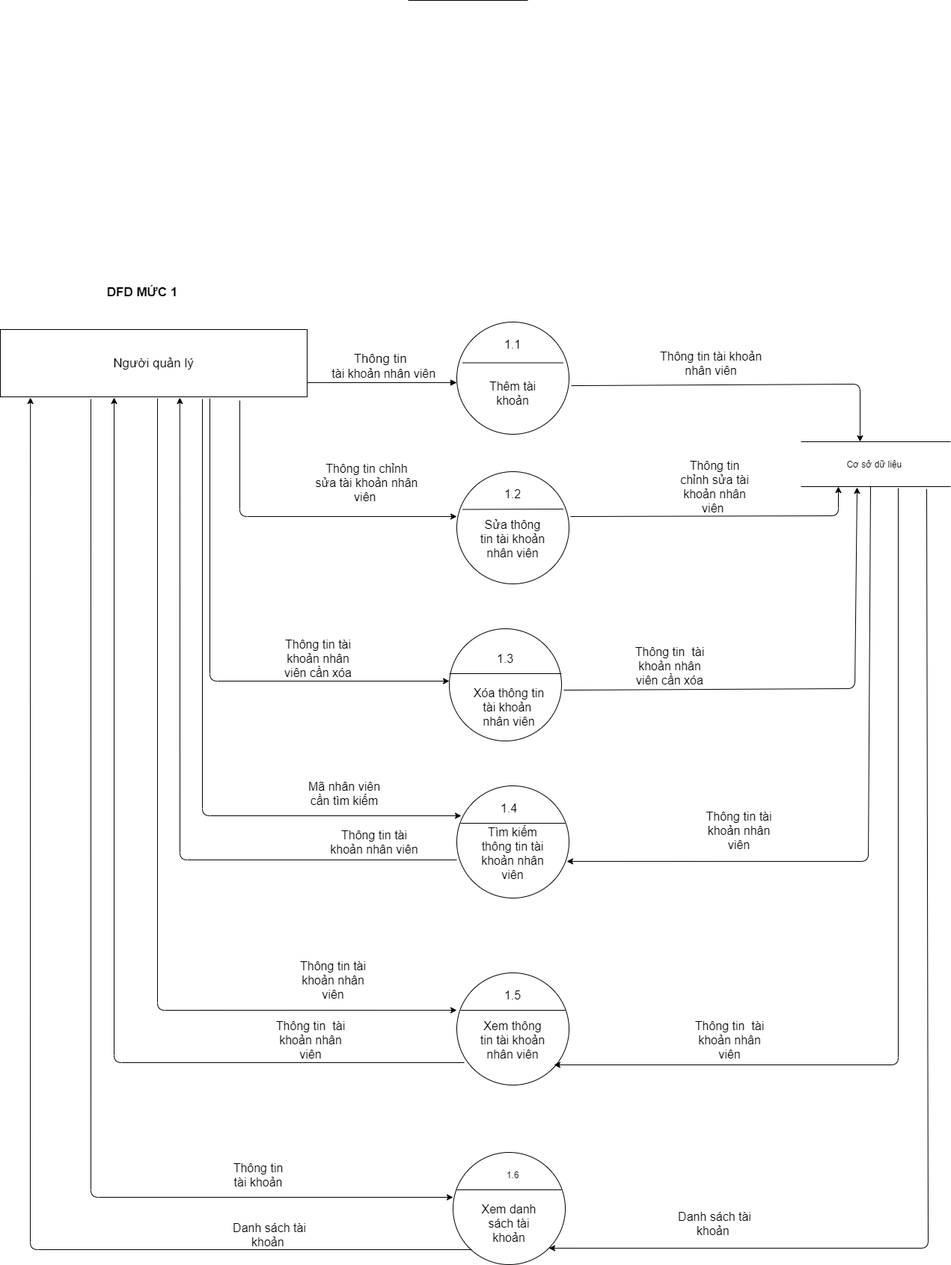
This is Phan_Tich_Thiet_Ke/DFD/QuanLyNhanVien/DFD_Muc1_QuanLyTaiKhoan.png from KNhaa/DoAnCNPM, a draw.io export, as it was before one commit. Source tidied: cells renumbered, new cells last; positions are measured from the earlier drawing's top-left corner, leaving out a move shared by most shapes.
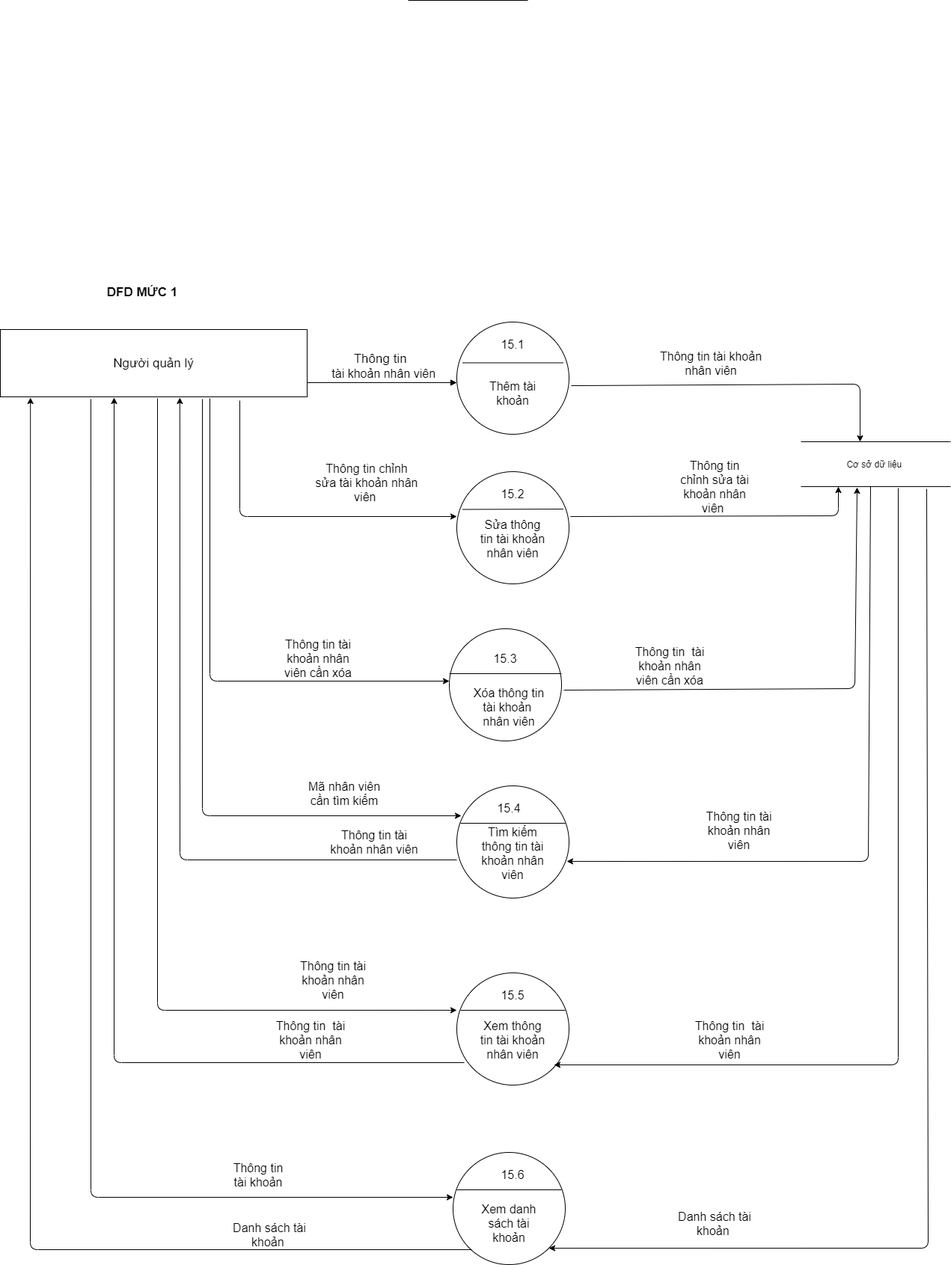
After the change.

Diff of the diagram source:
```diff
@@ -110,7 +110,7 @@
         <mxPoint x="752.5" y="484.5" as="targetPoint" />
       </mxGeometry>
     </mxCell>
-    <mxCell id="22" value="&lt;font style=&quot;font-size: 16px&quot;&gt;1.1&lt;/font&gt;" style="text;html=1;strokeColor=none;fillColor=none;align=center;verticalAlign=middle;whiteSpace=wrap;rounded=0;" parent="1" vertex="1">
+    <mxCell id="22" value="&lt;span style=&quot;font-size: 16px&quot;&gt;15.1&lt;/span&gt;" style="text;html=1;strokeColor=none;fillColor=none;align=center;verticalAlign=middle;whiteSpace=wrap;rounded=0;" parent="1" vertex="1">
       <mxGeometry x="665" y="450" width="40" height="20" as="geometry" />
     </mxCell>
     <mxCell id="23" value="&lt;font style=&quot;font-size: 16px&quot;&gt;Thêm tài khoản&lt;/font&gt;" style="text;html=1;strokeColor=none;fillColor=none;align=center;verticalAlign=middle;whiteSpace=wrap;rounded=0;" parent="1" vertex="1">
@@ -125,7 +125,7 @@
         <mxPoint x="752.5" y="680" as="targetPoint" />
       </mxGeometry>
     </mxCell>
-    <mxCell id="26" value="&lt;font style=&quot;font-size: 16px&quot;&gt;1.2&lt;/font&gt;" style="text;html=1;strokeColor=none;fillColor=none;align=center;verticalAlign=middle;whiteSpace=wrap;rounded=0;" parent="1" vertex="1">
+    <mxCell id="26" value="&lt;span style=&quot;font-size: 16px&quot;&gt;15.2&lt;/span&gt;" style="text;html=1;strokeColor=none;fillColor=none;align=center;verticalAlign=middle;whiteSpace=wrap;rounded=0;" parent="1" vertex="1">
       <mxGeometry x="665" y="650" width="40" height="20" as="geometry" />
     </mxCell>
     <mxCell id="27" value="&lt;font style=&quot;font-size: 16px&quot;&gt;Sửa thông tin tài khoản nhân viên&lt;/font&gt;" style="text;html=1;strokeColor=none;fillColor=none;align=center;verticalAlign=middle;whiteSpace=wrap;rounded=0;" parent="1" vertex="1">
@@ -140,7 +140,7 @@
         <mxPoint x="750" y="900" as="targetPoint" />
       </mxGeometry>
     </mxCell>
-    <mxCell id="30" value="&lt;font style=&quot;font-size: 16px&quot;&gt;1.3&lt;/font&gt;" style="text;html=1;strokeColor=none;fillColor=none;align=center;verticalAlign=middle;whiteSpace=wrap;rounded=0;" parent="1" vertex="1">
+    <mxCell id="30" value="&lt;span style=&quot;font-size: 16px&quot;&gt;15.3&lt;/span&gt;" style="text;html=1;strokeColor=none;fillColor=none;align=center;verticalAlign=middle;whiteSpace=wrap;rounded=0;" parent="1" vertex="1">
       <mxGeometry x="655" y="870" width="40" height="20" as="geometry" />
     </mxCell>
     <mxCell id="31" value="&lt;font style=&quot;font-size: 16px&quot;&gt;Xóa thông tin tài khoản&amp;nbsp; &amp;nbsp;nhân viên&amp;nbsp;&lt;/font&gt;" style="text;html=1;strokeColor=none;fillColor=none;align=center;verticalAlign=middle;whiteSpace=wrap;rounded=0;" parent="1" vertex="1">
@@ -158,7 +158,7 @@
         <mxPoint x="755" y="1100" as="targetPoint" />
       </mxGeometry>
     </mxCell>
-    <mxCell id="35" value="&lt;font style=&quot;font-size: 16px&quot;&gt;1.4&lt;/font&gt;" style="text;html=1;strokeColor=none;fillColor=none;align=center;verticalAlign=middle;whiteSpace=wrap;rounded=0;" parent="1" vertex="1">
+    <mxCell id="35" value="&lt;span style=&quot;font-size: 16px&quot;&gt;15.4&lt;/span&gt;" style="text;html=1;strokeColor=none;fillColor=none;align=center;verticalAlign=middle;whiteSpace=wrap;rounded=0;" parent="1" vertex="1">
       <mxGeometry x="660" y="1070" width="40" height="20" as="geometry" />
     </mxCell>
     <mxCell id="36" value="&lt;font style=&quot;font-size: 16px&quot;&gt;Tìm kiếm thông tin tài khoản nhân viên&lt;/font&gt;" style="text;html=1;strokeColor=none;fillColor=none;align=center;verticalAlign=middle;whiteSpace=wrap;rounded=0;" parent="1" vertex="1">
@@ -173,7 +173,7 @@
         <mxPoint x="755" y="1350" as="targetPoint" />
       </mxGeometry>
     </mxCell>
-    <mxCell id="39" value="&lt;font style=&quot;font-size: 16px&quot;&gt;1.5&lt;/font&gt;" style="text;html=1;strokeColor=none;fillColor=none;align=center;verticalAlign=middle;whiteSpace=wrap;rounded=0;" parent="1" vertex="1">
+    <mxCell id="39" value="&lt;span style=&quot;font-size: 16px&quot;&gt;15.5&lt;/span&gt;" style="text;html=1;strokeColor=none;fillColor=none;align=center;verticalAlign=middle;whiteSpace=wrap;rounded=0;" parent="1" vertex="1">
       <mxGeometry x="665" y="1320" width="40" height="20" as="geometry" />
     </mxCell>
     <mxCell id="40" value="&lt;font style=&quot;font-size: 16px&quot;&gt;Xem thông tin tài khoản nhân viên&lt;/font&gt;" style="text;html=1;strokeColor=none;fillColor=none;align=center;verticalAlign=middle;whiteSpace=wrap;rounded=0;" parent="1" vertex="1">
@@ -236,7 +236,7 @@
         <mxPoint x="750" y="1590" as="targetPoint" />
       </mxGeometry>
     </mxCell>
-    <mxCell id="52" value="1.6" style="text;html=1;strokeColor=none;fillColor=none;align=center;verticalAlign=middle;whiteSpace=wrap;rounded=0;" parent="1" vertex="1">
+    <mxCell id="52" value="&lt;font style=&quot;font-size: 16px&quot;&gt;15.6&lt;/font&gt;" style="text;html=1;strokeColor=none;fillColor=none;align=center;verticalAlign=middle;whiteSpace=wrap;rounded=0;" parent="1" vertex="1">
       <mxGeometry x="665" y="1560" width="40" height="20" as="geometry" />
     </mxCell>
     <mxCell id="53" value="&lt;font style=&quot;font-size: 16px&quot;&gt;Xem danh sách tài khoản&lt;/font&gt;" style="text;html=1;strokeColor=none;fillColor=none;align=center;verticalAlign=middle;whiteSpace=wrap;rounded=0;" parent="1" vertex="1">
```
